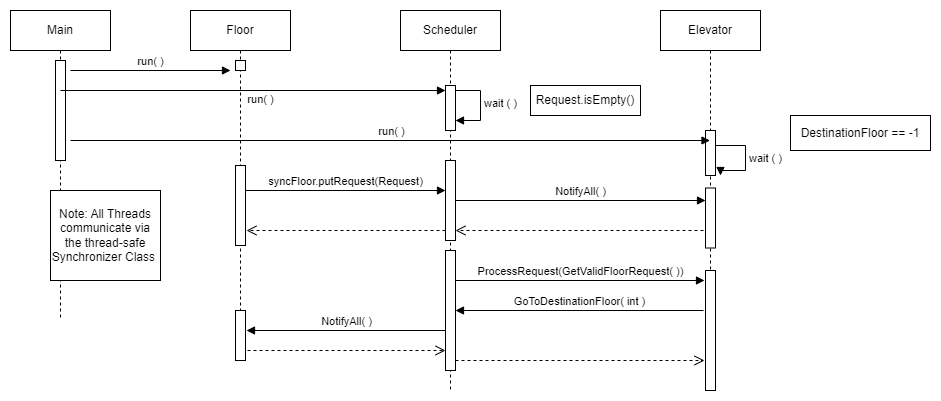
Before: UML/SequenceDiagram.png, a diagram exported from draw.io (Aranesh22/SYSC3303A). Source tidied: cells renumbered, new cells last; positions are measured from the earlier drawing's top-left corner, leaving out a move shared by most shapes.
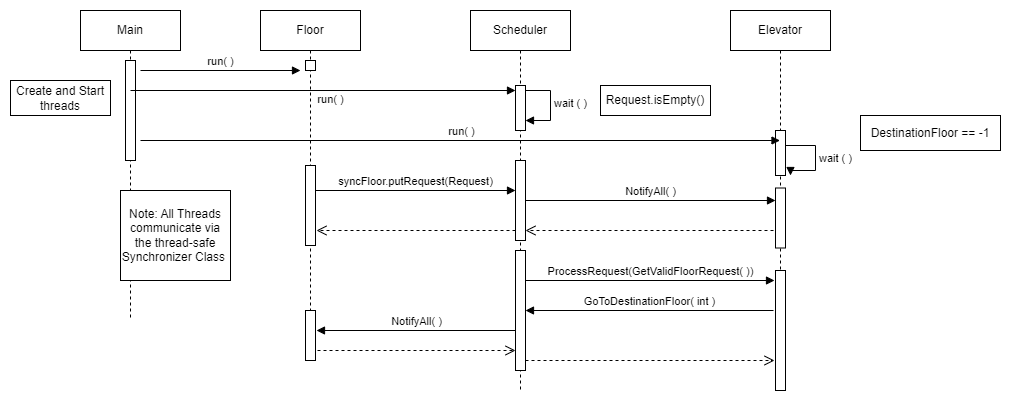
The same diagram one commit later.

Change to the diagram source:
```diff
@@ -152,5 +152,8 @@
     <mxCell id="34" value="Note: All Threads communicate via the thread-safe Synchronizer Class&amp;nbsp;" style="html=1;whiteSpace=wrap;" parent="1" vertex="1">
       <mxGeometry x="40" y="180" width="110" height="90" as="geometry" />
     </mxCell>
+    <mxCell id="35" value="Create and Start threads" style="html=1;whiteSpace=wrap;" parent="1" vertex="1">
+      <mxGeometry x="-70" y="70" width="100" height="35" as="geometry" />
+    </mxCell>
   </root>
 </mxGraphModel>
```
